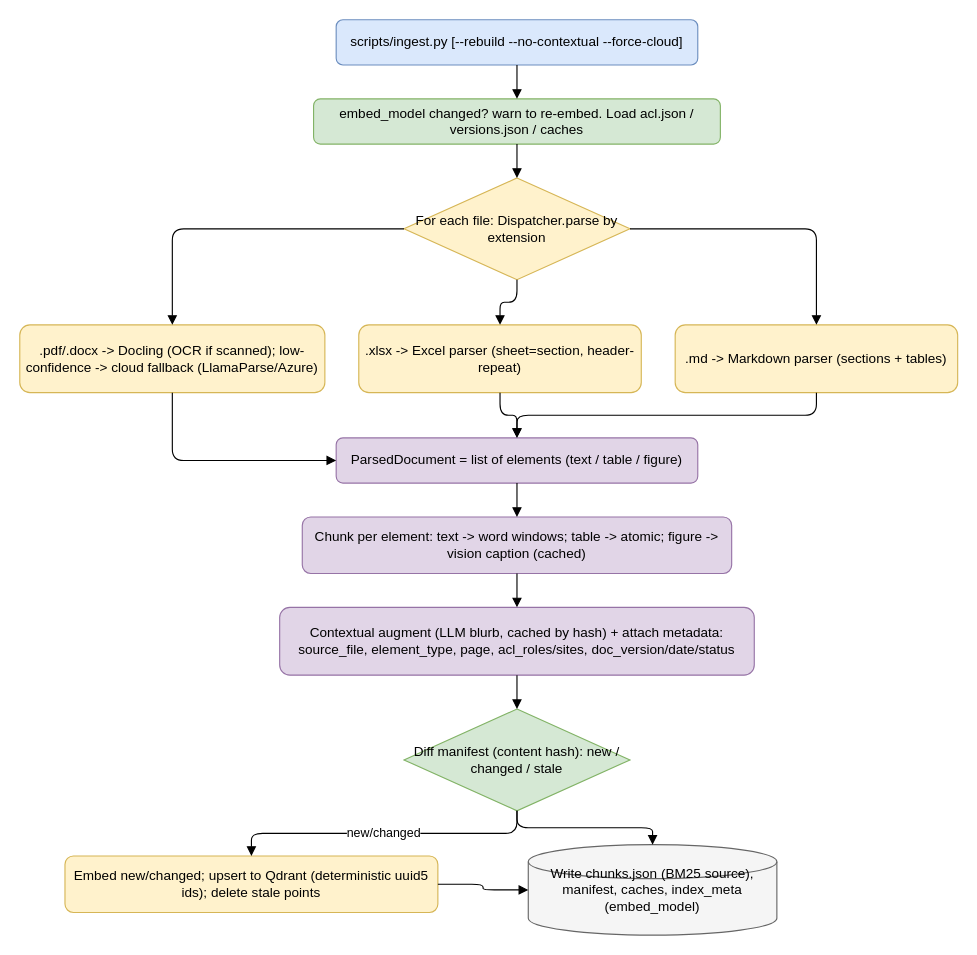
Before: page "LLD - Ingestion Flow" (2 of 2) of docs/design/lld.drawio in Nirmalnk05/rag_project, a draw.io diagram. Source tidied: cells renumbered, new cells numbered last; positions are measured from the earlier drawing's top-left corner, leaving out a move shared by most shapes. Both pictures are drawn from the tidied source at 113%, with x=0, y=0 at pixel (19, 19).
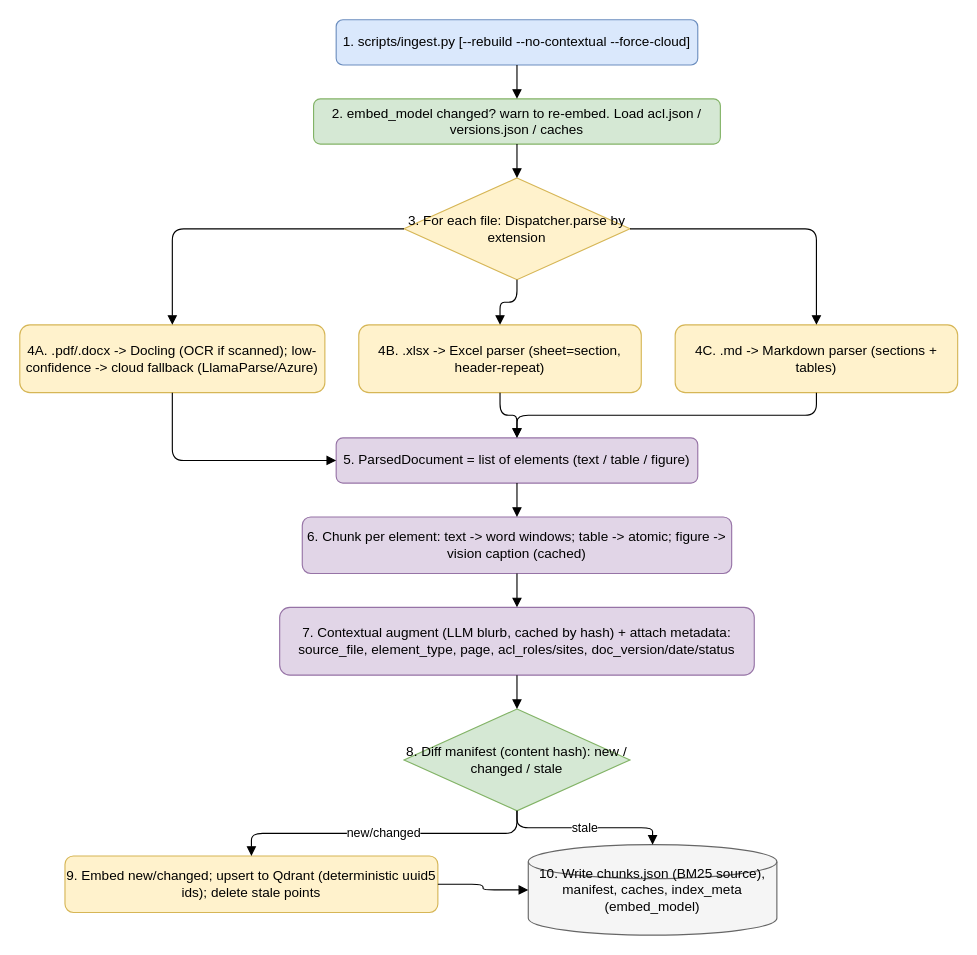
After the change.

Diff of the diagram source:
```diff
@@
-    <mxCell id="2" value="scripts/ingest.py [--rebuild --no-contextual --force-cloud]" style="rounded=1;whiteSpace=wrap;html=1;fillColor=#dae8fc;strokeColor=#6c8ebf;" parent="1" vertex="1">
+    <mxCell id="2" value="1. scripts/ingest.py [--rebuild --no-contextual --force-cloud]" style="rounded=1;whiteSpace=wrap;html=1;fillColor=#dae8fc;strokeColor=#6c8ebf;" parent="1" vertex="1">
       <mxGeometry x="280" width="320" height="40" as="geometry" />
     </mxCell>
-    <mxCell id="3" value="embed_model changed? warn to re-embed. Load acl.json / versions.json / caches" style="rounded=1;whiteSpace=wrap;html=1;fillColor=#d5e8d4;strokeColor=#82b366;" parent="1" vertex="1">
+    <mxCell id="3" value="2. embed_model changed? warn to re-embed. Load acl.json / versions.json / caches" style="rounded=1;whiteSpace=wrap;html=1;fillColor=#d5e8d4;strokeColor=#82b366;" parent="1" vertex="1">
       <mxGeometry x="260" y="70" width="360" height="40" as="geometry" />
     </mxCell>
-    <mxCell id="4" value="For each file: Dispatcher.parse by extension" style="rhombus;whiteSpace=wrap;html=1;fillColor=#fff2cc;strokeColor=#d6b656;" parent="1" vertex="1">
+    <mxCell id="4" value="3. For each file: Dispatcher.parse by extension" style="rhombus;whiteSpace=wrap;html=1;fillColor=#fff2cc;strokeColor=#d6b656;" parent="1" vertex="1">
       <mxGeometry x="340" y="140" width="200" height="90" as="geometry" />
     </mxCell>
-    <mxCell id="5" value=".pdf/.docx -&gt; Docling (OCR if scanned); low-confidence -&gt; cloud fallback (LlamaParse/Azure)" style="rounded=1;whiteSpace=wrap;html=1;fillColor=#fff2cc;strokeColor=#d6b656;" parent="1" vertex="1">
+    <mxCell id="5" value="4A. .pdf/.docx -&gt; Docling (OCR if scanned); low-confidence -&gt; cloud fallback (LlamaParse/Azure)" style="rounded=1;whiteSpace=wrap;html=1;fillColor=#fff2cc;strokeColor=#d6b656;" parent="1" vertex="1">
       <mxGeometry y="270" width="270" height="60" as="geometry" />
     </mxCell>
-    <mxCell id="6" value=".xlsx -&gt; Excel parser (sheet=section, header-repeat)" style="rounded=1;whiteSpace=wrap;html=1;fillColor=#fff2cc;strokeColor=#d6b656;" parent="1" vertex="1">
+    <mxCell id="6" value="4B. .xlsx -&gt; Excel parser (sheet=section, header-repeat)" style="rounded=1;whiteSpace=wrap;html=1;fillColor=#fff2cc;strokeColor=#d6b656;" parent="1" vertex="1">
       <mxGeometry x="300" y="270" width="250" height="60" as="geometry" />
     </mxCell>
-    <mxCell id="7" value=".md -&gt; Markdown parser (sections + tables)" style="rounded=1;whiteSpace=wrap;html=1;fillColor=#fff2cc;strokeColor=#d6b656;" parent="1" vertex="1">
+    <mxCell id="7" value="4C. .md -&gt; Markdown parser (sections + tables)" style="rounded=1;whiteSpace=wrap;html=1;fillColor=#fff2cc;strokeColor=#d6b656;" parent="1" vertex="1">
       <mxGeometry x="580" y="270" width="250" height="60" as="geometry" />
     </mxCell>
-    <mxCell id="8" value="ParsedDocument = list of elements (text / table / figure)" style="rounded=1;whiteSpace=wrap;html=1;fillColor=#e1d5e7;strokeColor=#9673a6;" parent="1" vertex="1">
+    <mxCell id="8" value="5. ParsedDocument = list of elements (text / table / figure)" style="rounded=1;whiteSpace=wrap;html=1;fillColor=#e1d5e7;strokeColor=#9673a6;" parent="1" vertex="1">
       <mxGeometry x="280" y="370" width="320" height="40" as="geometry" />
     </mxCell>
-    <mxCell id="9" value="Chunk per element: text -&gt; word windows; table -&gt; atomic; figure -&gt; vision caption (cached)" style="rounded=1;whiteSpace=wrap;html=1;fillColor=#e1d5e7;strokeColor=#9673a6;" parent="1" vertex="1">
+    <mxCell id="9" value="6. Chunk per element: text -&gt; word windows; table -&gt; atomic; figure -&gt; vision caption (cached)" style="rounded=1;whiteSpace=wrap;html=1;fillColor=#e1d5e7;strokeColor=#9673a6;" parent="1" vertex="1">
       <mxGeometry x="250" y="440" width="380" height="50" as="geometry" />
     </mxCell>
-    <mxCell id="10" value="Contextual augment (LLM blurb, cached by hash) + attach metadata: source_file, element_type, page, acl_roles/sites, doc_version/date/status" style="rounded=1;whiteSpace=wrap;html=1;fillColor=#e1d5e7;strokeColor=#9673a6;" parent="1" vertex="1">
+    <mxCell id="10" value="7. Contextual augment (LLM blurb, cached by hash) + attach metadata: source_file, element_type, page, acl_roles/sites, doc_version/date/status" style="rounded=1;whiteSpace=wrap;html=1;fillColor=#e1d5e7;strokeColor=#9673a6;" parent="1" vertex="1">
       <mxGeometry x="230" y="520" width="420" height="60" as="geometry" />
     </mxCell>
-    <mxCell id="11" value="Diff manifest (content hash): new / changed / stale" style="rhombus;whiteSpace=wrap;html=1;fillColor=#d5e8d4;strokeColor=#82b366;" parent="1" vertex="1">
+    <mxCell id="11" value="8. Diff manifest (content hash): new / changed / stale" style="rhombus;whiteSpace=wrap;html=1;fillColor=#d5e8d4;strokeColor=#82b366;" parent="1" vertex="1">
       <mxGeometry x="340" y="610" width="200" height="90" as="geometry" />
     </mxCell>
-    <mxCell id="12" value="Embed new/changed; upsert to Qdrant (deterministic uuid5 ids); delete stale points" style="rounded=1;whiteSpace=wrap;html=1;fillColor=#fff2cc;strokeColor=#d6b656;" parent="1" vertex="1">
+    <mxCell id="12" value="9. Embed new/changed; upsert to Qdrant (deterministic uuid5 ids); delete stale points" style="rounded=1;whiteSpace=wrap;html=1;fillColor=#fff2cc;strokeColor=#d6b656;" parent="1" vertex="1">
       <mxGeometry x="40" y="740" width="330" height="50" as="geometry" />
     </mxCell>
-    <mxCell id="13" value="Write chunks.json (BM25 source), manifest, caches, index_meta (embed_model)" style="shape=cylinder3;whiteSpace=wrap;html=1;fillColor=#f5f5f5;strokeColor=#666666;" parent="1" vertex="1">
+    <mxCell id="13" value="10. Write chunks.json (BM25 source), manifest, caches, index_meta (embed_model)" style="shape=cylinder3;whiteSpace=wrap;html=1;fillColor=#f5f5f5;strokeColor=#666666;" parent="1" vertex="1">
       <mxGeometry x="450" y="730" width="220" height="80" as="geometry" />
     </mxCell>
@@
-    <mxCell id="26" style="edgeStyle=orthogonalEdgeStyle;html=1;endArrow=block;" parent="1" edge="1" source="11" target="13">
+    <mxCell id="26" value="stale" style="edgeStyle=orthogonalEdgeStyle;html=1;endArrow=block;" parent="1" edge="1" source="11" target="13">
       <mxGeometry relative="1" as="geometry" />
     </mxCell>
```
